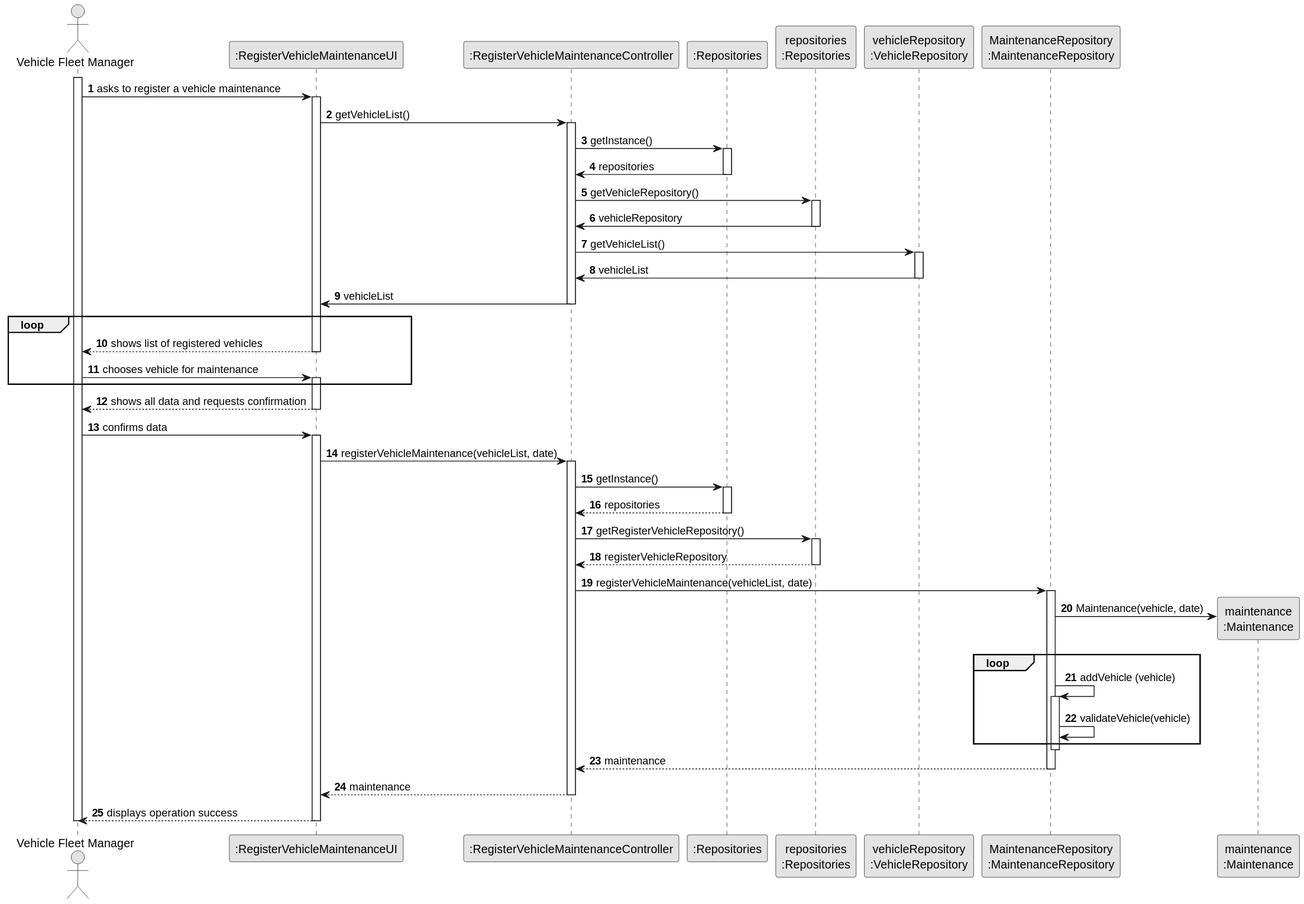
Before: docs/sprintB/us007/03.design/svg/us007-sequence-diagram-full.svg, a diagram exported from PlantUML (diogoveirospro/lei-24-s2-1dg-g072).
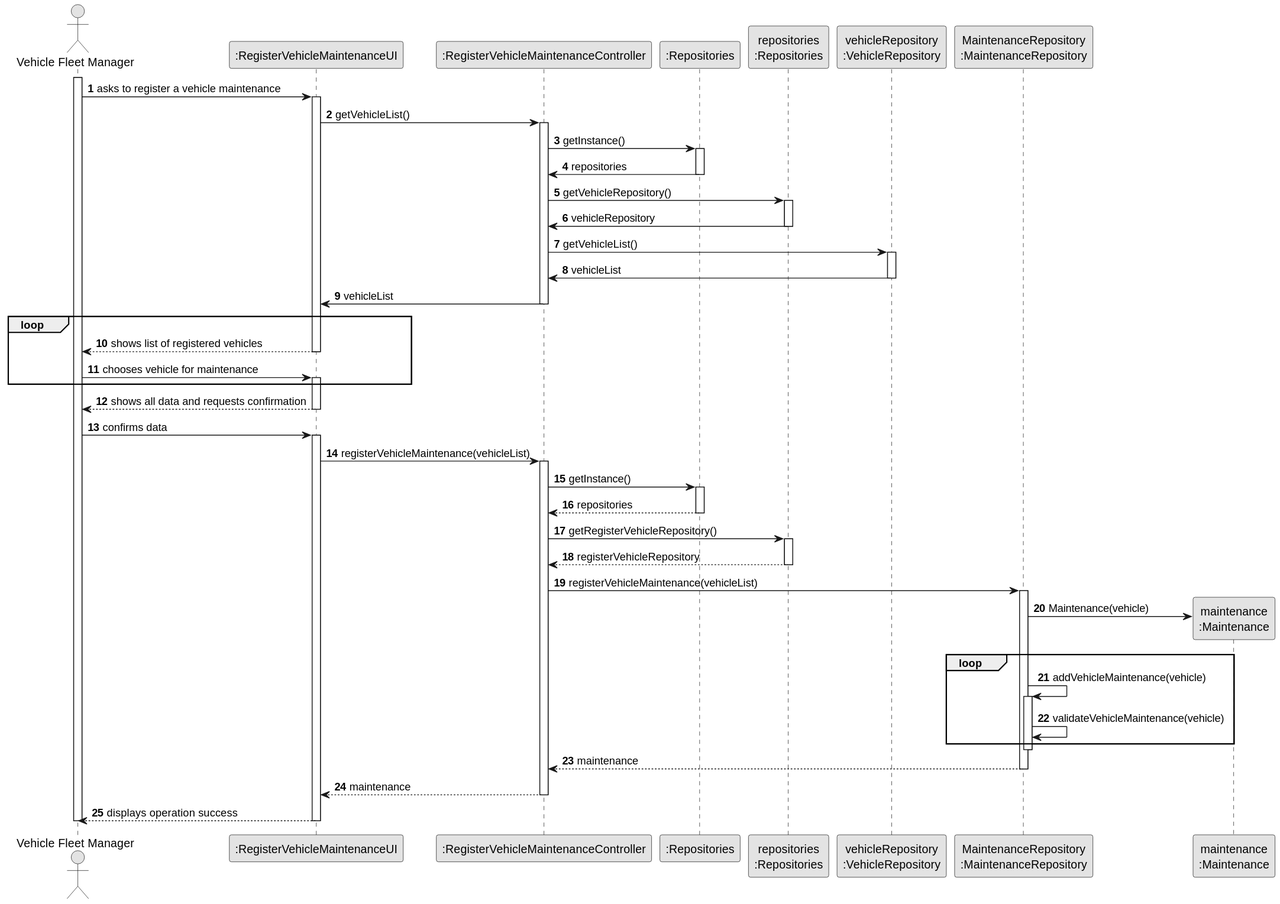
The same diagram one commit later.

Commit message:
Added some functions to US07 add vehicle maintenance

What changed in the source:
```diff
@@ -54,7 +54,7 @@
             deactivate UI
             ADM -> UI : confirms data
             activate UI
-            UI -> CTRL : registerVehicleMaintenance(vehicleList, date)
+            UI -> CTRL : registerVehicleMaintenance(vehicleList)
             activate CTRL
 
                 CTRL -> RepositorySingleton : getInstance()
@@ -69,16 +69,16 @@
                     PLAT --> CTRL: registerVehicleRepository
                 deactivate PLAT
 
-                CTRL -> MREP : registerVehicleMaintenance(vehicleList, date)
+                CTRL -> MREP : registerVehicleMaintenance(vehicleList)
                 activate MREP
 
-                MREP -> MAINTENANCE**: Maintenance(vehicle, date)
+                MREP -> MAINTENANCE**: Maintenance(vehicle)
 
                 loop
-                MREP -> MREP: addVehicle (vehicle)
+                MREP -> MREP: addVehicleMaintenance(vehicle)
 
                  activate MREP
-                     MREP -> MREP: validateVehicle(vehicle)
+                     MREP -> MREP: validateVehicleMaintenance(vehicle)
                  end
                  deactivate MREP
                                 MREP --> CTRL : maintenance
```
